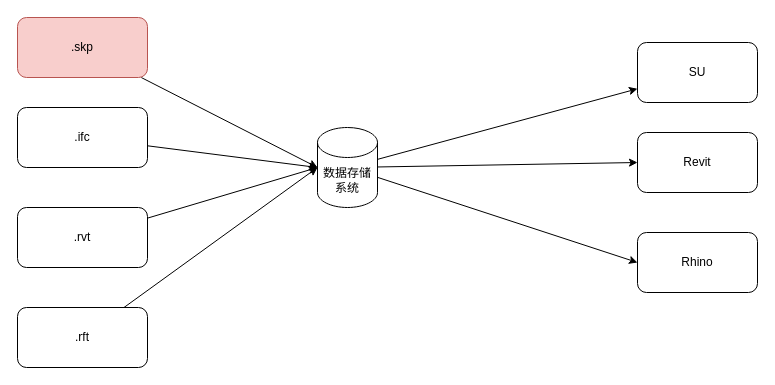
Above: 建筑信息构件库.drawio in gaochaowyq/MinderGraph (draw.io), before the change. Source tidied: cells renumbered, new cells numbered last; positions are measured from the earlier drawing's top-left corner, leaving out a move shared by most shapes. Both pictures are drawn from the tidied source at 100%, with x=0, y=0 at pixel (17, 17).
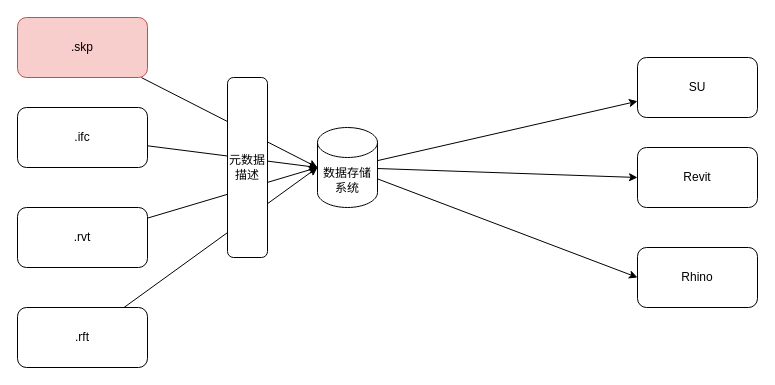
After the change.

Commit message (it also covers changes not shown here):
Update 建筑信息构件库.drawio

Diff of the diagram source:
```diff
@@
 <mxGraphModel>
   <root>
     <mxCell id="0" />
     <mxCell id="1" parent="0" />
     <mxCell id="2" style="edgeStyle=none;rounded=0;jettySize=auto;html=1;" parent="1" edge="1" source="5" target="12">
       <mxGeometry relative="1" as="geometry" />
     </mxCell>
     <mxCell id="3" style="edgeStyle=none;rounded=0;jettySize=auto;html=1;entryX=0;entryY=0.5;entryDx=0;entryDy=0;" parent="1" edge="1" source="5" target="15">
       <mxGeometry relative="1" as="geometry" />
     </mxCell>
     <mxCell id="4" style="edgeStyle=none;rounded=0;jettySize=auto;html=1;entryX=0;entryY=0.5;entryDx=0;entryDy=0;" parent="1" edge="1" source="5" target="16">
       <mxGeometry relative="1" as="geometry" />
     </mxCell>
     <mxCell id="5" value="数据存储系统" style="shape=cylinder3;whiteSpace=wrap;html=1;boundedLbl=1;backgroundOutline=1;size=15;" parent="1" vertex="1">
       <mxGeometry x="300" y="110" width="60" height="80" as="geometry" />
     </mxCell>
     <mxCell id="6" style="edgeStyle=none;rounded=0;jettySize=auto;html=1;entryX=0;entryY=0.5;entryDx=0;entryDy=0;entryPerimeter=0;" parent="1" edge="1" source="7" target="5">
       <mxGeometry relative="1" as="geometry" />
     </mxCell>
     <mxCell id="7" value=".skp" style="rounded=1;whiteSpace=wrap;html=1;fillColor=#f8cecc;strokeColor=#b85450;" parent="1" vertex="1">
       <mxGeometry width="130" height="60" as="geometry" />
     </mxCell>
     <mxCell id="8" style="edgeStyle=none;rounded=0;jettySize=auto;html=1;entryX=0;entryY=0.5;entryDx=0;entryDy=0;entryPerimeter=0;" parent="1" edge="1" source="9" target="5">
       <mxGeometry relative="1" as="geometry" />
     </mxCell>
     <mxCell id="9" value=".ifc" style="rounded=1;whiteSpace=wrap;html=1;" parent="1" vertex="1">
       <mxGeometry y="90" width="130" height="60" as="geometry" />
     </mxCell>
     <mxCell id="10" style="edgeStyle=none;rounded=0;jettySize=auto;html=1;entryX=0;entryY=0.5;entryDx=0;entryDy=0;entryPerimeter=0;" parent="1" edge="1" source="11" target="5">
       <mxGeometry relative="1" as="geometry" />
     </mxCell>
     <mxCell id="11" value=".rvt" style="rounded=1;whiteSpace=wrap;html=1;" parent="1" vertex="1">
       <mxGeometry y="190" width="130" height="60" as="geometry" />
     </mxCell>
     <mxCell id="12" value="SU" style="rounded=1;whiteSpace=wrap;html=1;" parent="1" vertex="1">
-      <mxGeometry x="620" y="25" width="120" height="60" as="geometry" />
+      <mxGeometry x="620" y="40" width="120" height="60" as="geometry" />
     </mxCell>
     <mxCell id="13" style="edgeStyle=none;rounded=0;jettySize=auto;html=1;entryX=0;entryY=0.5;entryDx=0;entryDy=0;entryPerimeter=0;" parent="1" edge="1" source="14" target="5">
       <mxGeometry relative="1" as="geometry" />
     </mxCell>
     <mxCell id="14" value=".rft" style="rounded=1;whiteSpace=wrap;html=1;" parent="1" vertex="1">
       <mxGeometry y="290" width="130" height="60" as="geometry" />
     </mxCell>
     <mxCell id="15" value="Revit" style="rounded=1;whiteSpace=wrap;html=1;" parent="1" vertex="1">
-      <mxGeometry x="620" y="115" width="120" height="60" as="geometry" />
+      <mxGeometry x="620" y="130" width="120" height="60" as="geometry" />
     </mxCell>
     <mxCell id="16" value="Rhino" style="rounded=1;whiteSpace=wrap;html=1;" parent="1" vertex="1">
-      <mxGeometry x="620" y="215" width="120" height="60" as="geometry" />
+      <mxGeometry x="620" y="230" width="120" height="60" as="geometry" />
     </mxCell>
+    <mxCell id="17" value="元数据描述" style="rounded=1;whiteSpace=wrap;html=1;" parent="1" vertex="1">
+      <mxGeometry x="210" y="60" width="40" height="180" as="geometry" />
+    </mxCell>
   </root>
 </mxGraphModel>
```
